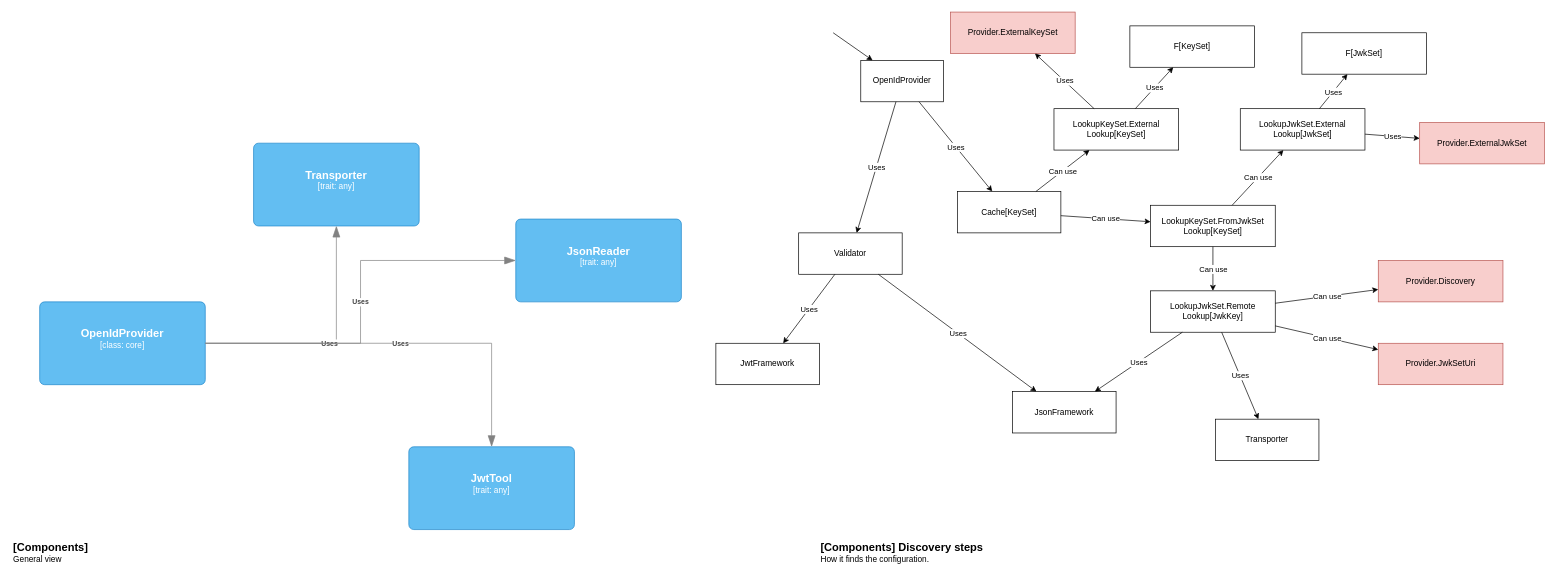
Earlier version of the draw.io diagram doc.drawio (estrondo/moidc4s). Source tidied: cells renumbered, new cells numbered last; positions are measured from the earlier drawing's top-left corner, leaving out a move shared by most shapes. Both pictures are drawn from the tidied source at 69%, with x=0, y=0 at pixel (12, 12).
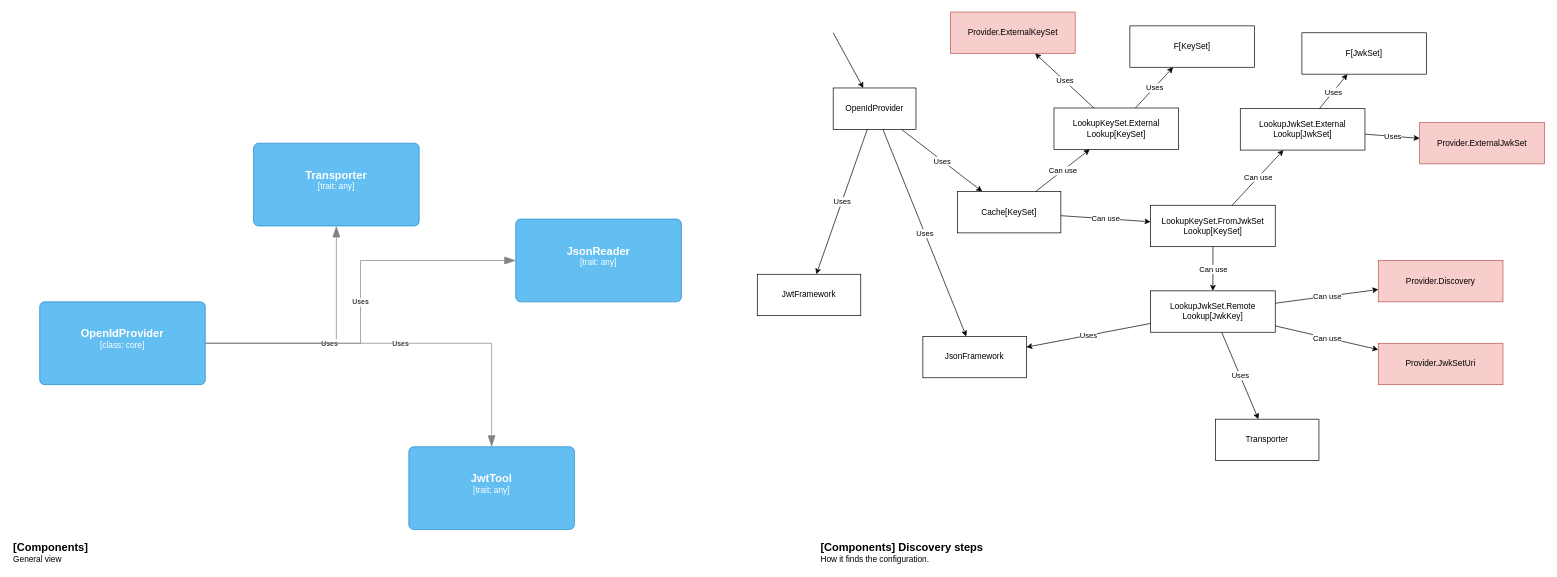
Above is the later version.

What changed in the source:
```diff
@@
     <mxCell id="11" value="OpenIdProvider" style="rounded=0;whiteSpace=wrap;html=1;" parent="1" vertex="1">
-      <mxGeometry x="1230" y="70" width="120" height="60" as="geometry" />
+      <mxGeometry x="1190" y="110" width="120" height="60" as="geometry" />
     </mxCell>
@@
     <mxCell id="14" value="JsonFramework" style="rounded=0;whiteSpace=wrap;html=1;" parent="1" vertex="1">
-      <mxGeometry x="1450" y="550" width="150" height="60" as="geometry" />
+      <mxGeometry x="1320" y="470" width="150" height="60" as="geometry" />
     </mxCell>
@@
-    <mxCell id="18" value="Validator" style="rounded=0;whiteSpace=wrap;html=1;" parent="1" vertex="1">
-      <mxGeometry x="1140" y="320" width="150" height="60" as="geometry" />
-    </mxCell>
-    <mxCell id="19" style="endArrow=classic;html=1;rounded=0;" parent="1" edge="1" source="11" target="18">
+    <mxCell id="19" style="endArrow=classic;html=1;rounded=0;" parent="1" edge="1" source="11" target="23">
       <mxGeometry relative="1" as="geometry" />
     </mxCell>
@@
-    <mxCell id="21" style="endArrow=classic;html=1;rounded=0;" parent="1" edge="1" source="18" target="14">
-      <mxGeometry relative="1" as="geometry" />
-    </mxCell>
-    <mxCell id="22" value="Uses" style="edgeLabel;html=1;align=center;verticalAlign=middle;" parent="21" vertex="1">
-      <mxGeometry relative="1" as="geometry" />
-    </mxCell>
     <mxCell id="23" value="JwtFramework" style="rounded=0;whiteSpace=wrap;html=1;" parent="1" vertex="1">
-      <mxGeometry x="1020" y="480" width="150" height="60" as="geometry" />
+      <mxGeometry x="1080" y="380" width="150" height="60" as="geometry" />
     </mxCell>
-    <mxCell id="24" style="endArrow=classic;html=1;rounded=0;" parent="1" edge="1" source="18" target="23">
-      <mxGeometry relative="1" as="geometry" />
-    </mxCell>
-    <mxCell id="25" value="Uses" style="edgeLabel;html=1;align=center;verticalAlign=middle;" parent="24" vertex="1">
-      <mxGeometry relative="1" as="geometry" />
-    </mxCell>
@@
     <mxCell id="42" value="LookupKeySet.External&lt;br&gt;Lookup[KeySet]" style="rounded=0;whiteSpace=wrap;html=1;" parent="1" vertex="1">
-      <mxGeometry x="1510" y="140" width="180.7" height="60" as="geometry" />
+      <mxGeometry x="1510" y="139" width="180.7" height="60" as="geometry" />
     </mxCell>
@@
+    <mxCell id="60" style="endArrow=classic;html=1;rounded=0;" parent="1" edge="1" source="11" target="14">
+      <mxGeometry relative="1" as="geometry" />
+    </mxCell>
+    <mxCell id="61" value="Uses" style="edgeLabel;html=1;align=center;verticalAlign=middle;" parent="60" vertex="1">
+      <mxGeometry relative="1" as="geometry" />
+    </mxCell>
```
